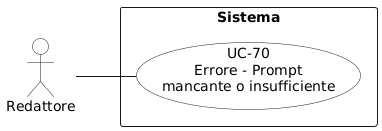
Earlier version of the PlantUML export RTB/Analisi dei Requisiti/diagrammi_use_case/UC-70.png (aLittleByte-19/Documentazione).
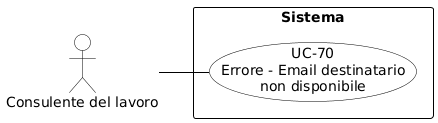
The same file after the commit.

What changed in the source:
```diff
@@ -1,14 +1,29 @@
 @startuml
+skinparam shadowing false
+skinparam defaultFontName Arial
 left to right direction
-skinparam packageStyle rectangle
-skinparam usecaseBackgroundColor White
-skinparam actorBackgroundColor White
+skinparam nodesep 15
+skinparam ranksep 50
 
-actor "Redattore" as redattore
+skinparam usecase {
+    BackgroundColor white
+    BorderColor black
+    ArrowColor black
+}
+skinparam actor {
+    BackgroundColor white
+    BorderColor black
+}
+skinparam rectangle {
+    BorderColor black
+    FontStyle bold
+}
+
+actor "Consulente del lavoro" as cdl
 
 rectangle "Sistema" {
-  usecase "UC-70\nErrore - Prompt\nmancante o insufficiente" as uc70
+    usecase "UC-70\nErrore - Email destinatario\nnon disponibile" as UC70
 }
 
-redattore -- uc70
-@enduml
+cdl -- UC70
+@endl
```
